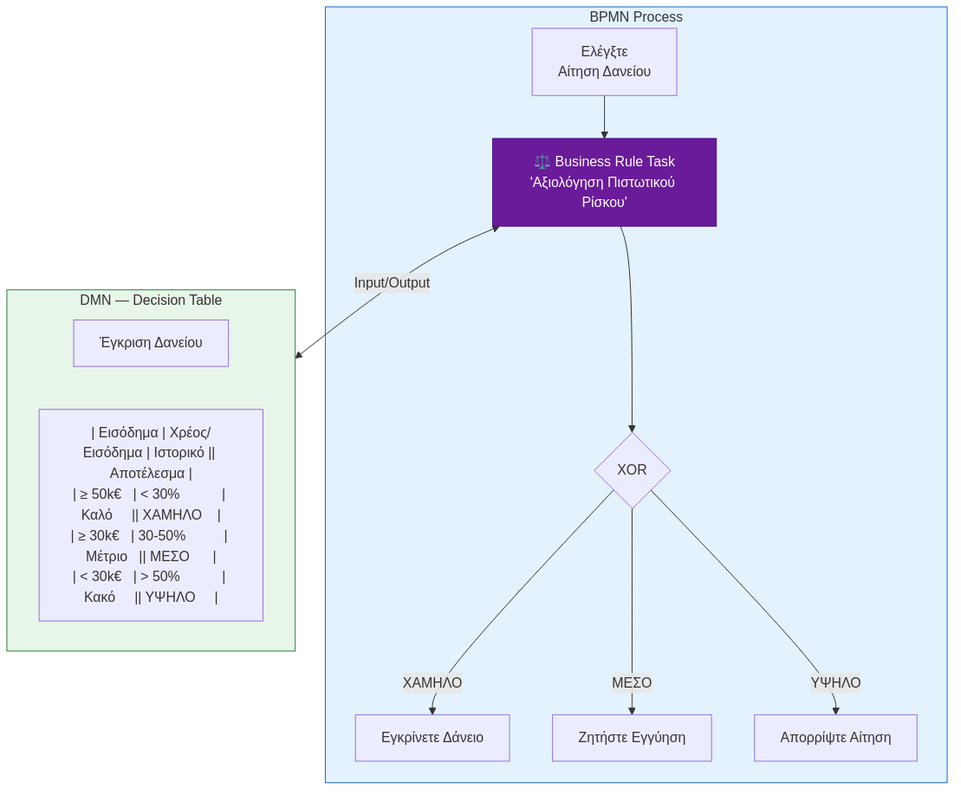
The Mermaid diagram msc/img/lecture3/diag_dmn_example.png in tsadimas-wa/dss-data-analytics, before a commit. Its source is kept beside it as msc/img/lecture3/diag_dmn_example.mmd.
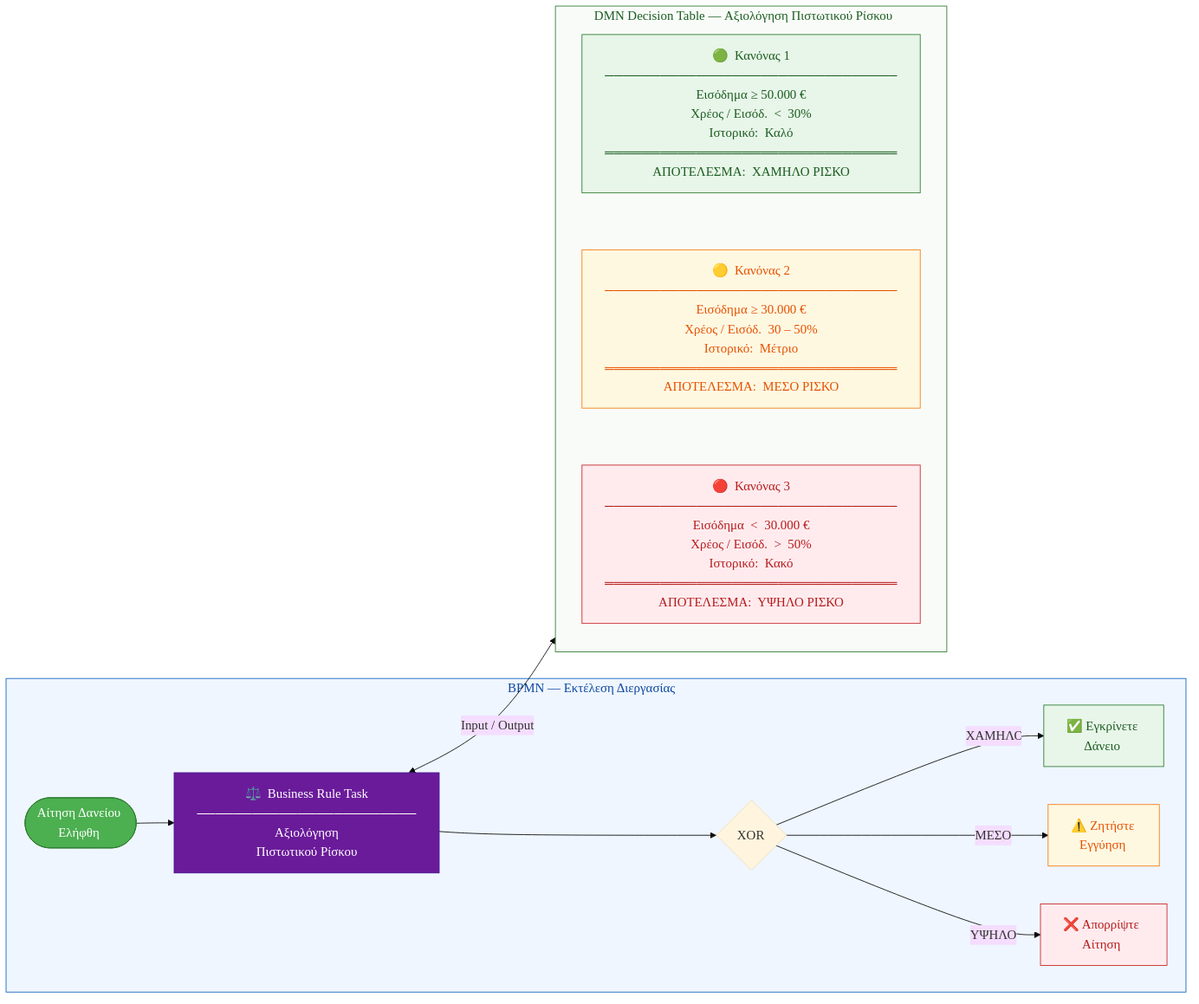
Later version of the same file.

Commit message:
docs(lecture3): enhance DMN example diagram

Refactor DMN example diagram for improved clarity, visual appeal, and detailed rule descriptions. Updates lecture slide with new title and image width.

What changed in the source:
```diff
@@ -1,19 +1,47 @@
-flowchart TB
-    subgraph BPMN["BPMN Process"]
-        T1["Ελέγξτε\nΑίτηση Δανείου"] --> BRT["⚖️ Business Rule Task\n'Αξιολόγηση Πιστωτικού Ρίσκου'"]
-        BRT --> G{"XOR"}
-        G -->|"ΧΑΜΗΛΟ"| R1["Εγκρίνετε Δάνειο"]
-        G -->|"ΜΕΣΟ"| R2["Ζητήστε Εγγύηση"]
-        G -->|"ΥΨΗΛΟ"| R3["Απορρίψτε Αίτηση"]
+%%{init: {'theme': 'base', 'themeVariables': {'fontSize': '17px', 'fontFamily': 'Arial, sans-serif'}}}%%
+flowchart LR
+
+    subgraph BPMN["  BPMN — Εκτέλεση Διεργασίας  "]
+        direction TB
+        START(["Αίτηση Δανείου\nΕλήφθη"])
+        BRT["⚖️  Business Rule Task\n────────────────────────\nΑξιολόγηση\nΠιστωτικού Ρίσκου"]
+        G{" XOR "}
+        RA["✅  Εγκρίνετε\nΔάνειο"]
+        RB["⚠️  Ζητήστε\nΕγγύηση"]
+        RC["❌  Απορρίψτε\nΑίτηση"]
+        START --> BRT --> G
+        G -->|" ΧΑΜΗΛΟ "| RA
+        G -->|" ΜΕΣΟ "| RB
+        G -->|" ΥΨΗΛΟ "| RC
     end
-    subgraph DMN["DMN — Decision Table"]
-        DH["Έγκριση Δανείου"]
-        DT["| Εισόδημα | Χρέος/Εισόδημα | Ιστορικό || Αποτέλεσμα |
-| ≥ 50k€   | < 30%           | Καλό     || ΧΑΜΗΛΟ    |
-| ≥ 30k€   | 30-50%          | Μέτριο   || ΜΕΣΟ      |
-| < 30k€   | > 50%           | Κακό     || ΥΨΗΛΟ     |"]
+
+    subgraph DMN["  DMN Decision Table — Αξιολόγηση Πιστωτικού Ρίσκου  "]
+        direction TB
+        R1["🟢  Κανόνας 1\n────────────────────────────────\nΕισόδημα ≥ 50.000 €\nΧρέος / Εισόδ.  <  30%\nΙστορικό:  Καλό\n════════════════════════════════\nΑΠΟΤΕΛΕΣΜΑ:  ΧΑΜΗΛΟ ΡΙΣΚΟ"]
+        R2["🟡  Κανόνας 2\n────────────────────────────────\nΕισόδημα ≥ 30.000 €\nΧρέος / Εισόδ.  30 – 50%\nΙστορικό:  Μέτριο\n════════════════════════════════\nΑΠΟΤΕΛΕΣΜΑ:  ΜΕΣΟ ΡΙΣΚΟ"]
+        R3["🔴  Κανόνας 3\n────────────────────────────────\nΕισόδημα  <  30.000 €\nΧρέος / Εισόδ.  >  50%\nΙστορικό:  Κακό\n════════════════════════════════\nΑΠΟΤΕΛΕΣΜΑ:  ΥΨΗΛΟ ΡΙΣΚΟ"]
+        R1 ~~~ R2 ~~~ R3
     end
-    BRT <-->|"Input/Output"| DMN
-    style BRT fill:#6A1B9A,color:#fff,stroke:#4A148C
-    style DMN fill:#E8F5E9,stroke:#2E7D32
-    style BPMN fill:#E3F2FD,stroke:#1565C0
+
+    BRT <-->|" Input / Output "| DMN
+
+    classDef brt fill:#6A1B9A,color:#ffffff,stroke:#4A148C
+    classDef start fill:#4CAF50,color:#ffffff,stroke:#2E7D32
+    classDef ra fill:#E8F5E9,stroke:#2E7D32,color:#1B5E20
+    classDef rb fill:#FFF8E1,stroke:#F57F17,color:#E65100
+    classDef rc fill:#FFEBEE,stroke:#C62828,color:#B71C1C
+    classDef r1 fill:#E8F5E9,stroke:#2E7D32,color:#1B5E20
+    classDef r2 fill:#FFF8E1,stroke:#F57F17,color:#E65100
+    classDef r3 fill:#FFEBEE,stroke:#C62828,color:#B71C1C
+
+    class BRT brt
+    class START start
+    class RA ra
+    class RB rb
+    class RC rc
+    class R1 r1
+    class R2 r2
+    class R3 r3
+
+    style BPMN fill:#EFF6FF,stroke:#1565C0,color:#0D47A1
+    style DMN fill:#F9FBF9,stroke:#2E7D32,color:#1B5E20
```
